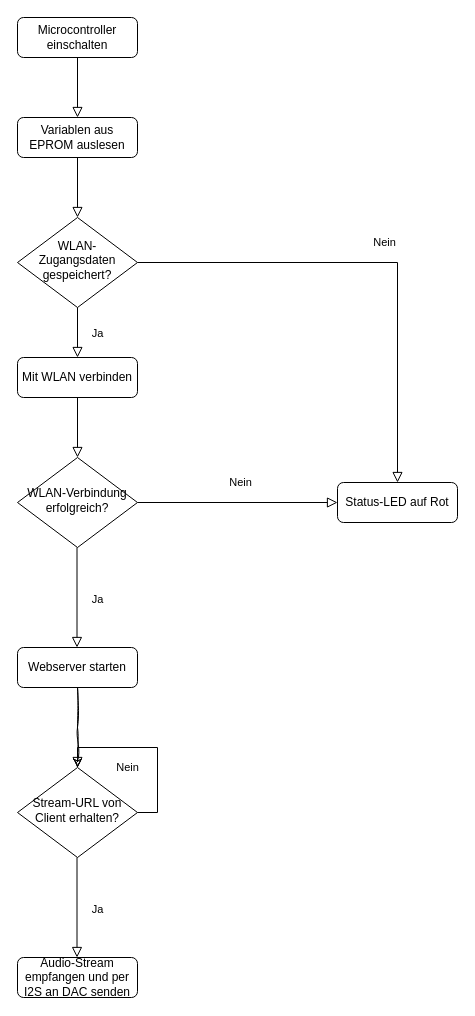
Earlier version of the draw.io diagram Dokumente/Ablaufdiagramm_ESP32.drawio (nicolang-dev/DA_Lang-Immler). Source tidied: cells renumbered, new cells numbered last; positions are measured from the earlier drawing's top-left corner, leaving out a move shared by most shapes. Both pictures are drawn from the tidied source at 100%, with x=0, y=0 at pixel (17, 17).
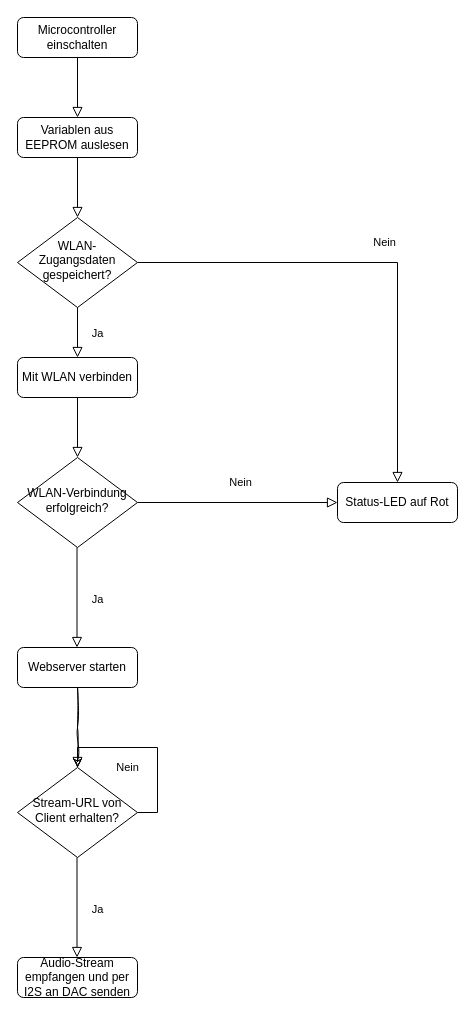
Above is the later version.

Diff of the diagram source:
```diff
@@
-    <mxCell id="6" value="Variablen aus EPROM auslesen" style="rounded=1;whiteSpace=wrap;html=1;fontSize=12;glass=0;strokeWidth=1;shadow=0;" parent="1" vertex="1">
+    <mxCell id="6" value="Variablen aus EEPROM auslesen" style="rounded=1;whiteSpace=wrap;html=1;fontSize=12;glass=0;strokeWidth=1;shadow=0;" parent="1" vertex="1">
       <mxGeometry y="100" width="120" height="40" as="geometry" />
     </mxCell>
```
